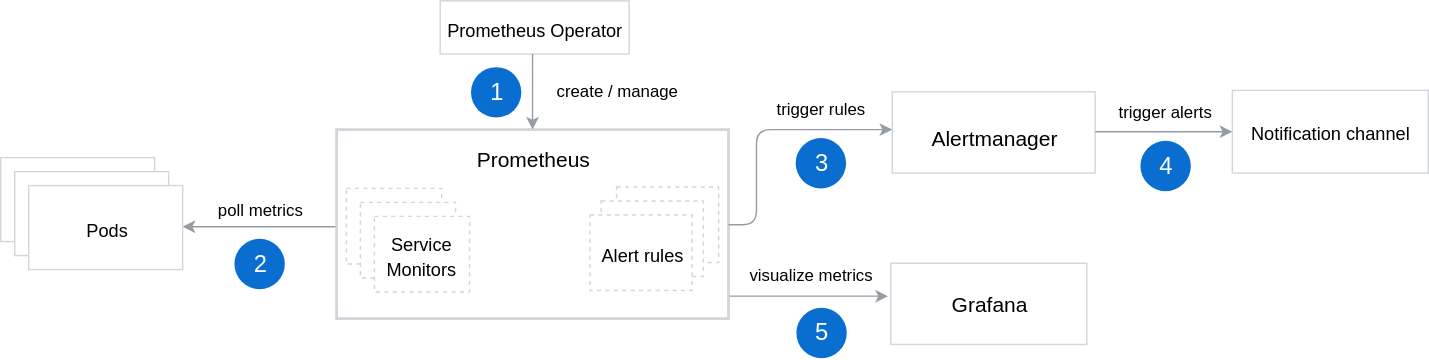
Before: docs/monitoring/assets/monitoring-architecture.svg, a diagram exported from draw.io (kyma-project/kyma). Source tidied: cells renumbered, new cells last; positions are measured from the earlier drawing's top-left corner, leaving out a move shared by most shapes.
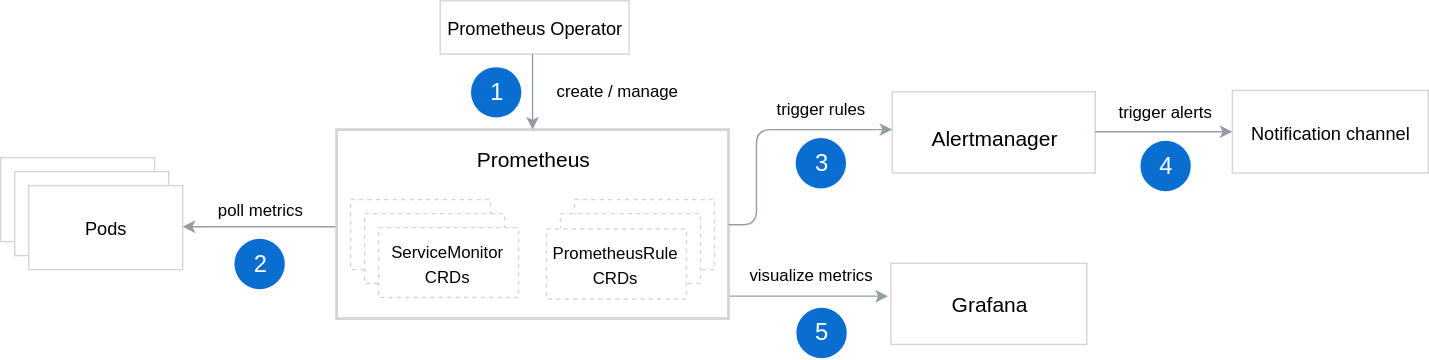
Above is the later version.

The edit, as a diff of the source:
```diff
@@ -37,12 +37,6 @@
         <mxPoint x="380" y="38" as="sourcePoint" />
       </mxGeometry>
     </mxCell>
-    <mxCell id="12" style="rounded=0;whiteSpace=wrap;html=1;labelBackgroundColor=none;strokeColor=#D2D5D9;strokeWidth=1;fillColor=#FFFFFF;gradientColor=none;fontFamily=Helvetica;fontSize=15;fontColor=#000000;dashed=1;" parent="1" vertex="1">
-      <mxGeometry x="440" y="133" width="73" height="54" as="geometry" />
-    </mxCell>
-    <mxCell id="13" style="rounded=0;whiteSpace=wrap;html=1;labelBackgroundColor=none;strokeColor=#D2D5D9;strokeWidth=1;fillColor=#FFFFFF;gradientColor=none;fontFamily=Helvetica;fontSize=15;fontColor=#000000;dashed=1;" parent="1" vertex="1">
-      <mxGeometry x="247" y="134" width="68" height="54" as="geometry" />
-    </mxCell>
     <mxCell id="14" value="Grafana" style="text;html=1;strokeColor=none;fillColor=none;align=center;verticalAlign=middle;whiteSpace=wrap;rounded=0;fontSize=15;" parent="1" vertex="1">
       <mxGeometry x="686" y="206.5" width="40" height="20" as="geometry" />
     </mxCell>
@@ -118,17 +112,23 @@
         <mxPoint x="782" y="93.5" as="sourcePoint" />
       </mxGeometry>
     </mxCell>
-    <mxCell id="35" style="rounded=0;whiteSpace=wrap;html=1;labelBackgroundColor=none;strokeColor=#D2D5D9;strokeWidth=1;fillColor=#FFFFFF;gradientColor=none;fontFamily=Helvetica;fontSize=15;fontColor=#000000;dashed=1;" parent="1" vertex="1">
-      <mxGeometry x="429" y="143" width="73" height="54" as="geometry" />
-    </mxCell>
-    <mxCell id="36" value="&lt;font style=&quot;font-size: 13px&quot;&gt;Alert rules&lt;/font&gt;" style="rounded=0;whiteSpace=wrap;html=1;labelBackgroundColor=none;strokeColor=#D2D5D9;strokeWidth=1;fillColor=#FFFFFF;gradientColor=none;fontFamily=Helvetica;fontSize=15;fontColor=#000000;dashed=1;" parent="1" vertex="1">
-      <mxGeometry x="421" y="153" width="73" height="54" as="geometry" />
-    </mxCell>
-    <mxCell id="37" style="rounded=0;whiteSpace=wrap;html=1;labelBackgroundColor=none;strokeColor=#D2D5D9;strokeWidth=1;fillColor=#FFFFFF;gradientColor=none;fontFamily=Helvetica;fontSize=15;fontColor=#000000;dashed=1;" parent="1" vertex="1">
-      <mxGeometry x="257" y="144" width="68" height="54" as="geometry" />
-    </mxCell>
-    <mxCell id="38" value="&lt;font style=&quot;font-size: 13px&quot;&gt;Service Monitors&lt;/font&gt;" style="rounded=0;whiteSpace=wrap;html=1;labelBackgroundColor=none;strokeColor=#D2D5D9;strokeWidth=1;fillColor=#FFFFFF;gradientColor=none;fontFamily=Helvetica;fontSize=15;fontColor=#000000;dashed=1;" parent="1" vertex="1">
-      <mxGeometry x="267" y="154" width="68" height="54" as="geometry" />
+    <mxCell id="38" style="rounded=0;whiteSpace=wrap;html=1;labelBackgroundColor=none;strokeColor=#D2D5D9;strokeWidth=1;fillColor=#FFFFFF;gradientColor=none;fontFamily=Helvetica;fontSize=15;fontColor=#000000;dashed=1;" parent="1" vertex="1">
+      <mxGeometry x="250" y="142" width="100" height="50" as="geometry" />
     </mxCell>
+    <mxCell id="39" style="rounded=0;whiteSpace=wrap;html=1;labelBackgroundColor=none;strokeColor=#D2D5D9;strokeWidth=1;fillColor=#FFFFFF;gradientColor=none;fontFamily=Helvetica;fontSize=15;fontColor=#000000;dashed=1;" parent="1" vertex="1">
+      <mxGeometry x="260" y="152" width="100" height="50" as="geometry" />
+    </mxCell>
+    <mxCell id="40" value="&lt;font style=&quot;font-size: 12px&quot;&gt;ServiceMonitor CRDs&lt;/font&gt;" style="rounded=0;whiteSpace=wrap;html=1;labelBackgroundColor=none;strokeColor=#D2D5D9;strokeWidth=1;fillColor=#FFFFFF;gradientColor=none;fontFamily=Helvetica;fontSize=15;fontColor=#000000;dashed=1;" parent="1" vertex="1">
+      <mxGeometry x="270" y="162" width="100" height="50" as="geometry" />
+    </mxCell>
+    <mxCell id="41" style="rounded=0;whiteSpace=wrap;html=1;labelBackgroundColor=none;strokeColor=#D2D5D9;strokeWidth=1;fillColor=#FFFFFF;gradientColor=none;fontFamily=Helvetica;fontSize=15;fontColor=#000000;dashed=1;" parent="1" vertex="1">
+      <mxGeometry x="410" y="142" width="100" height="50" as="geometry" />
+    </mxCell>
+    <mxCell id="42" style="rounded=0;whiteSpace=wrap;html=1;labelBackgroundColor=none;strokeColor=#D2D5D9;strokeWidth=1;fillColor=#FFFFFF;gradientColor=none;fontFamily=Helvetica;fontSize=15;fontColor=#000000;dashed=1;" parent="1" vertex="1">
+      <mxGeometry x="400" y="152" width="100" height="50" as="geometry" />
+    </mxCell>
+    <mxCell id="43" value="&lt;span style=&quot;white-space: normal&quot;&gt;&lt;font style=&quot;font-size: 12px&quot;&gt;PrometheusRule CRDs&lt;/font&gt;&lt;/span&gt;" style="rounded=0;whiteSpace=wrap;html=1;labelBackgroundColor=none;strokeColor=#D2D5D9;strokeWidth=1;fillColor=#FFFFFF;gradientColor=none;fontFamily=Helvetica;fontSize=15;fontColor=#000000;dashed=1;" parent="1" vertex="1">
+      <mxGeometry x="390" y="163" width="100" height="50" as="geometry" />
+    </mxCell>
   </root>
 </mxGraphModel>
```
